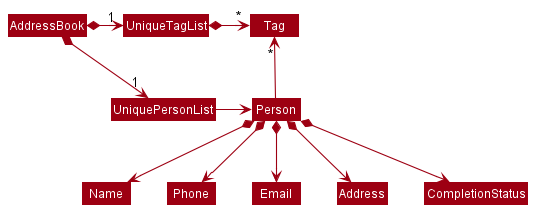
vigneshsankariyer1234567890/tp keeps this PlantUML diagram as docs/images/BetterModelClassDiagram.png. Above is the earlier version.
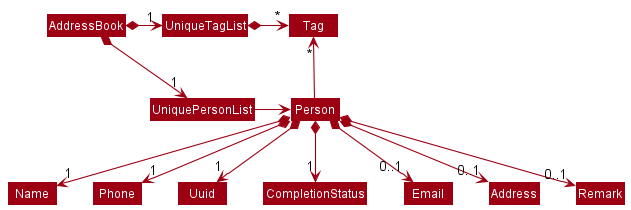
Later version of the same file.

The edit, as a diff of the source:
```diff
@@ -14,9 +14,11 @@
 
 Person -up-> "*" Tag
 
-Person *--> Name
-Person *--> Phone
-Person *--> Email
-Person *--> Address
-Person *--> CompletionStatus
+Person *--> "1" Name
+Person *--> "1" Phone
+Person *--> "1" Uuid
+Person *--> "1" CompletionStatus
+Person *--> "0..1" Email
+Person *--> "0..1" Address
+Person *--> "0..1" Remark
 @enduml
```
